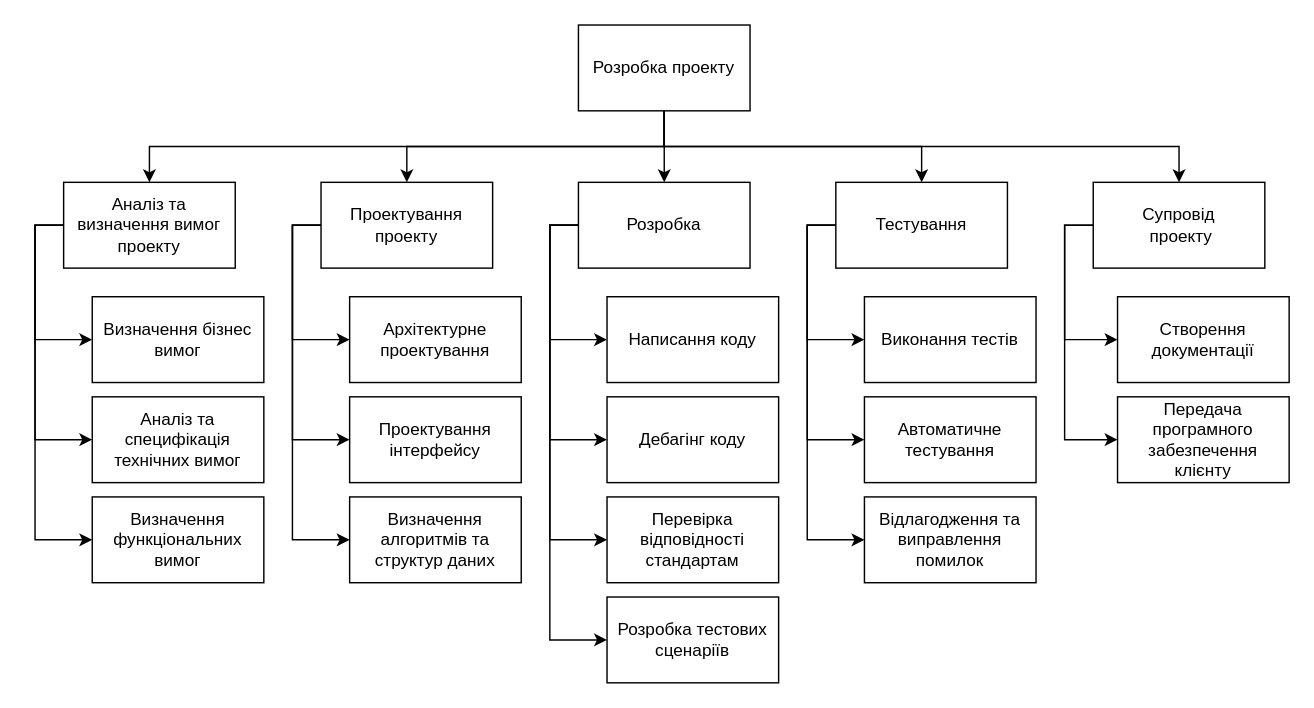
This is WBS.drawio from DanilaAdyrhaiev/Course-work-on-software-project-management, a draw.io file, before an edit. Source tidied: cells renumbered, new cells numbered last; positions are measured from the earlier drawing's top-left corner, leaving out a move shared by most shapes. Both pictures are drawn from the tidied source at 143%, with x=0, y=0 at pixel (63, 24).
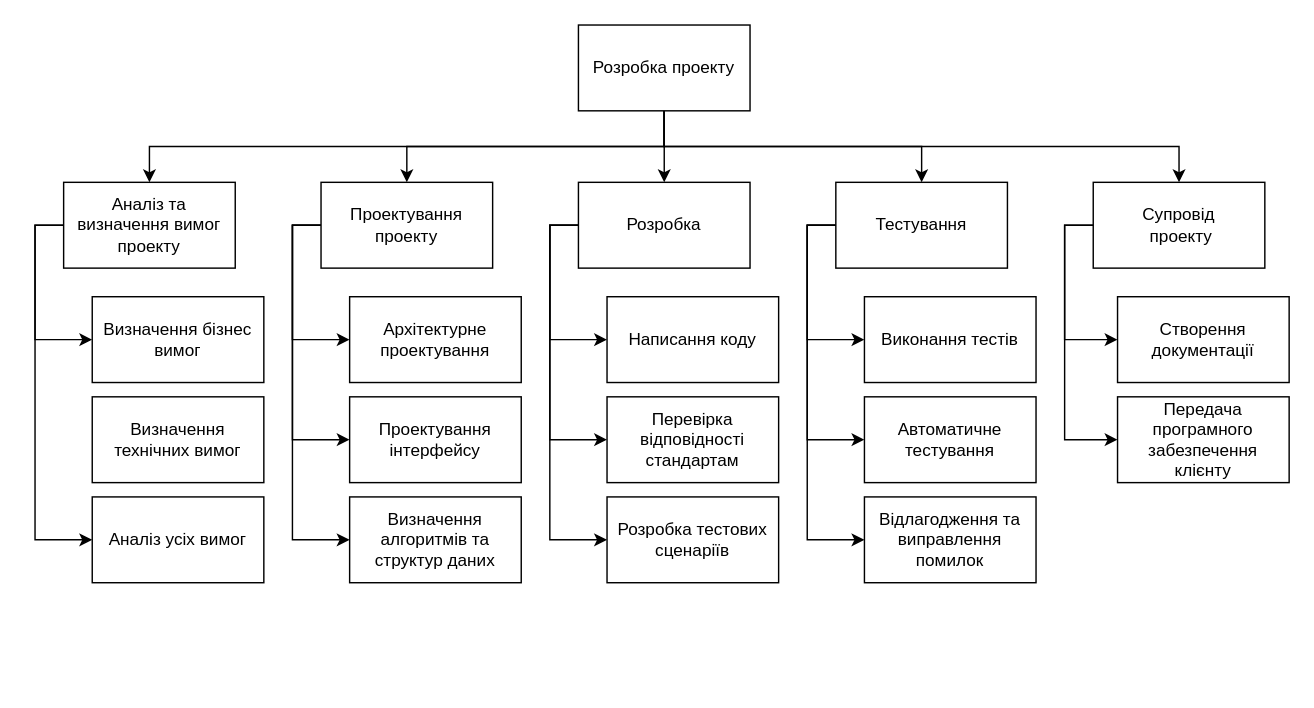
After the change.

Unchanged cells that the change refers to:
```xml
<mxCell id="11" value="Аналіз та визначення вимог проекту" style="rounded=0;whiteSpace=wrap;html=1;" parent="1" vertex="1">
  <mxGeometry y="110" width="120" height="60" as="geometry" />
</mxCell>
<mxCell id="20" value="Розробка" style="rounded=0;whiteSpace=wrap;html=1;" parent="1" vertex="1">
  <mxGeometry x="360" y="110" width="120" height="60" as="geometry" />
</mxCell>
```

What changed in the source:
```diff
@@
-    <mxCell id="9" style="edgeStyle=orthogonalEdgeStyle;rounded=0;jettySize=auto;html=1;entryX=0;entryY=0.5;entryDx=0;entryDy=0;exitX=0;exitY=0.5;exitDx=0;exitDy=0;" parent="1" edge="1" source="11" target="29">
-      <mxGeometry relative="1" as="geometry" />
-    </mxCell>
-    <mxCell id="10" style="edgeStyle=orthogonalEdgeStyle;rounded=0;jettySize=auto;html=1;entryX=0;entryY=0.5;entryDx=0;entryDy=0;exitX=0;exitY=0.5;exitDx=0;exitDy=0;" parent="1" edge="1" source="11" target="30">
-      <mxGeometry relative="1" as="geometry" />
-    </mxCell>
+    <mxCell id="43" style="edgeStyle=orthogonalEdgeStyle;rounded=0;jettySize=auto;html=1;entryX=0;entryY=0.5;entryDx=0;entryDy=0;exitX=0;exitY=0.5;exitDx=0;exitDy=0;" parent="1" edge="1" source="11" target="45">
+      <mxGeometry relative="1" as="geometry" />
+    </mxCell>
@@
-    <mxCell id="17" style="edgeStyle=orthogonalEdgeStyle;rounded=0;jettySize=auto;html=1;entryX=0;entryY=0.5;entryDx=0;entryDy=0;exitX=0;exitY=0.5;exitDx=0;exitDy=0;" parent="1" edge="1" source="20" target="42">
-      <mxGeometry relative="1" as="geometry" />
-    </mxCell>
@@
-    <mxCell id="29" value="Аналіз та специфікація технічних вимог" style="rounded=0;whiteSpace=wrap;html=1;" parent="1" vertex="1">
-      <mxGeometry x="20" y="260" width="120" height="60" as="geometry" />
-    </mxCell>
-    <mxCell id="30" value="Визначення функціональних вимог" style="rounded=0;whiteSpace=wrap;html=1;" parent="1" vertex="1">
-      <mxGeometry x="20" y="330" width="120" height="60" as="geometry" />
-    </mxCell>
@@
     <mxCell id="35" value="Перевірка відповідності стандартам" style="rounded=0;whiteSpace=wrap;html=1;" parent="1" vertex="1">
-      <mxGeometry x="380" y="330" width="120" height="60" as="geometry" />
+      <mxGeometry x="380" y="260" width="120" height="60" as="geometry" />
     </mxCell>
     <mxCell id="36" value="Розробка тестових сценаріїв" style="rounded=0;whiteSpace=wrap;html=1;" parent="1" vertex="1">
-      <mxGeometry x="380" y="400" width="120" height="60" as="geometry" />
+      <mxGeometry x="380" y="330" width="120" height="60" as="geometry" />
     </mxCell>
@@
-    <mxCell id="42" value="Дебагінг коду" style="rounded=0;whiteSpace=wrap;html=1;" parent="1" vertex="1">
-      <mxGeometry x="380" y="260" width="120" height="60" as="geometry" />
-    </mxCell>
+    <mxCell id="44" value="Визначення технічних вимог" style="rounded=0;whiteSpace=wrap;html=1;" parent="1" vertex="1">
+      <mxGeometry x="20" y="260" width="120" height="60" as="geometry" />
+    </mxCell>
+    <mxCell id="45" value="Аналіз усіх вимог" style="rounded=0;whiteSpace=wrap;html=1;" parent="1" vertex="1">
+      <mxGeometry x="20" y="330" width="120" height="60" as="geometry" />
+    </mxCell>
```
